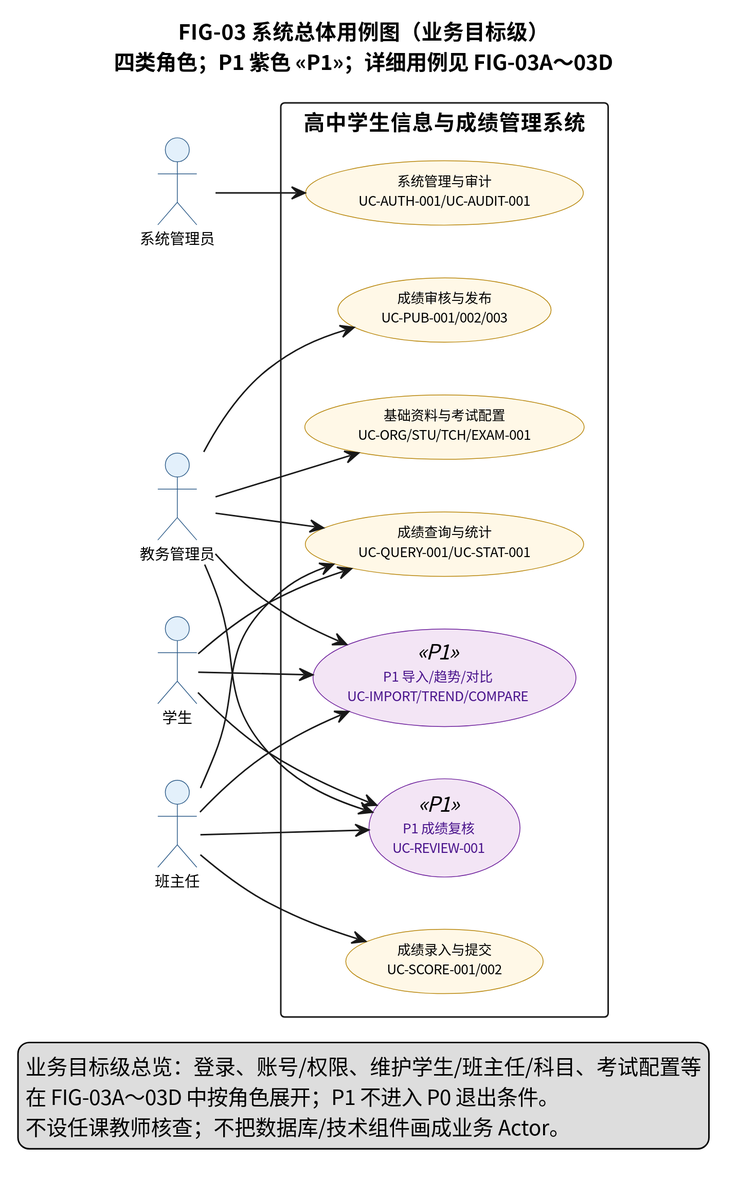
Earlier version of the PlantUML export docs/requirements/diagrams/svg/FIG-03-系统总体用例图.svg (Creepppper/Student_System).
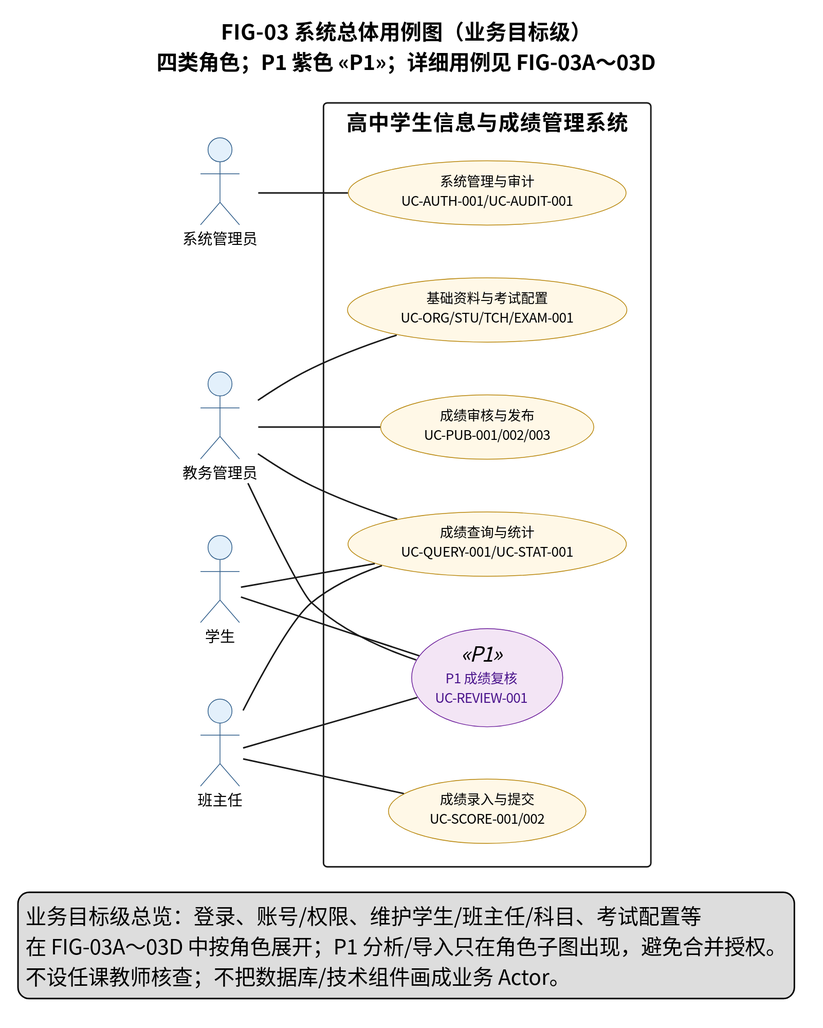
The same file after the commit.

What changed in the source:
```diff
@@ -32,26 +32,22 @@
   usecase "成绩审核与发布\nUC-PUB-001/002/003" as U_PUB
   usecase "成绩查询与统计\nUC-QUERY-001/UC-STAT-001" as U_QUERY
   usecase "P1 成绩复核\nUC-REVIEW-001" as U_REVIEW <<P1>>
-  usecase "P1 导入/趋势/对比\nUC-IMPORT/TREND/COMPARE" as U_EXT <<P1>>
 }
 
-SA --> U_ADMIN
-AC --> U_BASE
-HT --> U_RECORD
-AC --> U_PUB
-ST --> U_QUERY
-HT --> U_QUERY
-AC --> U_QUERY
-ST --> U_REVIEW
-HT --> U_REVIEW
-AC --> U_REVIEW
-HT --> U_EXT
-AC --> U_EXT
-ST --> U_EXT
+SA -- U_ADMIN
+AC -- U_BASE
+HT -- U_RECORD
+AC -- U_PUB
+ST -- U_QUERY
+HT -- U_QUERY
+AC -- U_QUERY
+ST -- U_REVIEW
+HT -- U_REVIEW
+AC -- U_REVIEW
 
 legend bottom
   业务目标级总览：登录、账号/权限、维护学生/班主任/科目、考试配置等
-  在 FIG-03A～03D 中按角色展开；P1 不进入 P0 退出条件。
+  在 FIG-03A～03D 中按角色展开；P1 分析/导入只在角色子图出现，避免合并授权。
   不设任课教师核查；不把数据库/技术组件画成业务 Actor。
 endlegend
 @enduml
```
